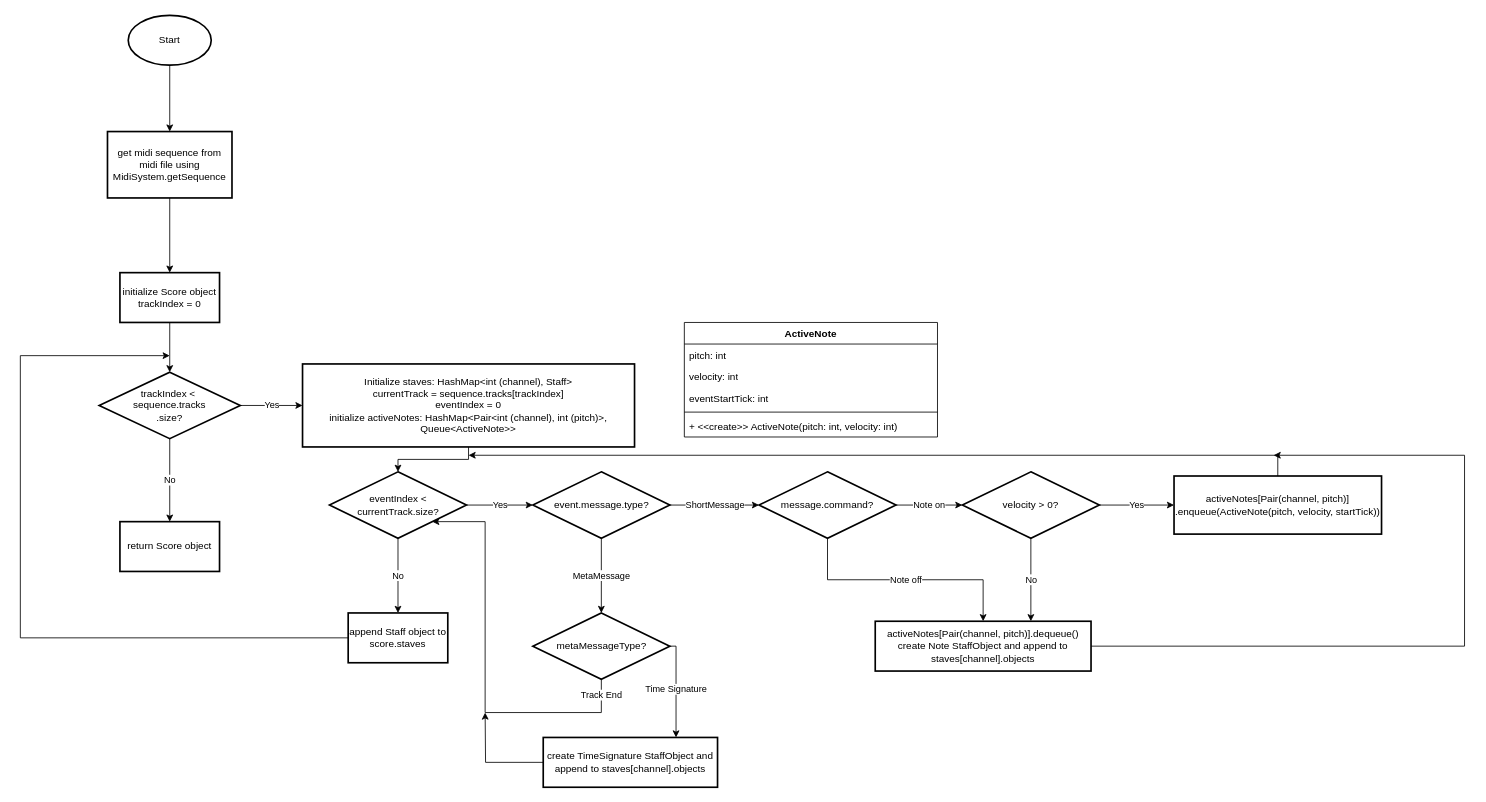
The draw.io diagram docs/flowcharts/4 midi parse algorithm.drawio in Bingergie/midi2musicxml, before the edit. Source tidied: cells renumbered, new cells numbered last; positions are measured from the earlier drawing's top-left corner, leaving out a move shared by most shapes. Both pictures are drawn from the tidied source at 83%, with x=0, y=0 at pixel (20, 15).
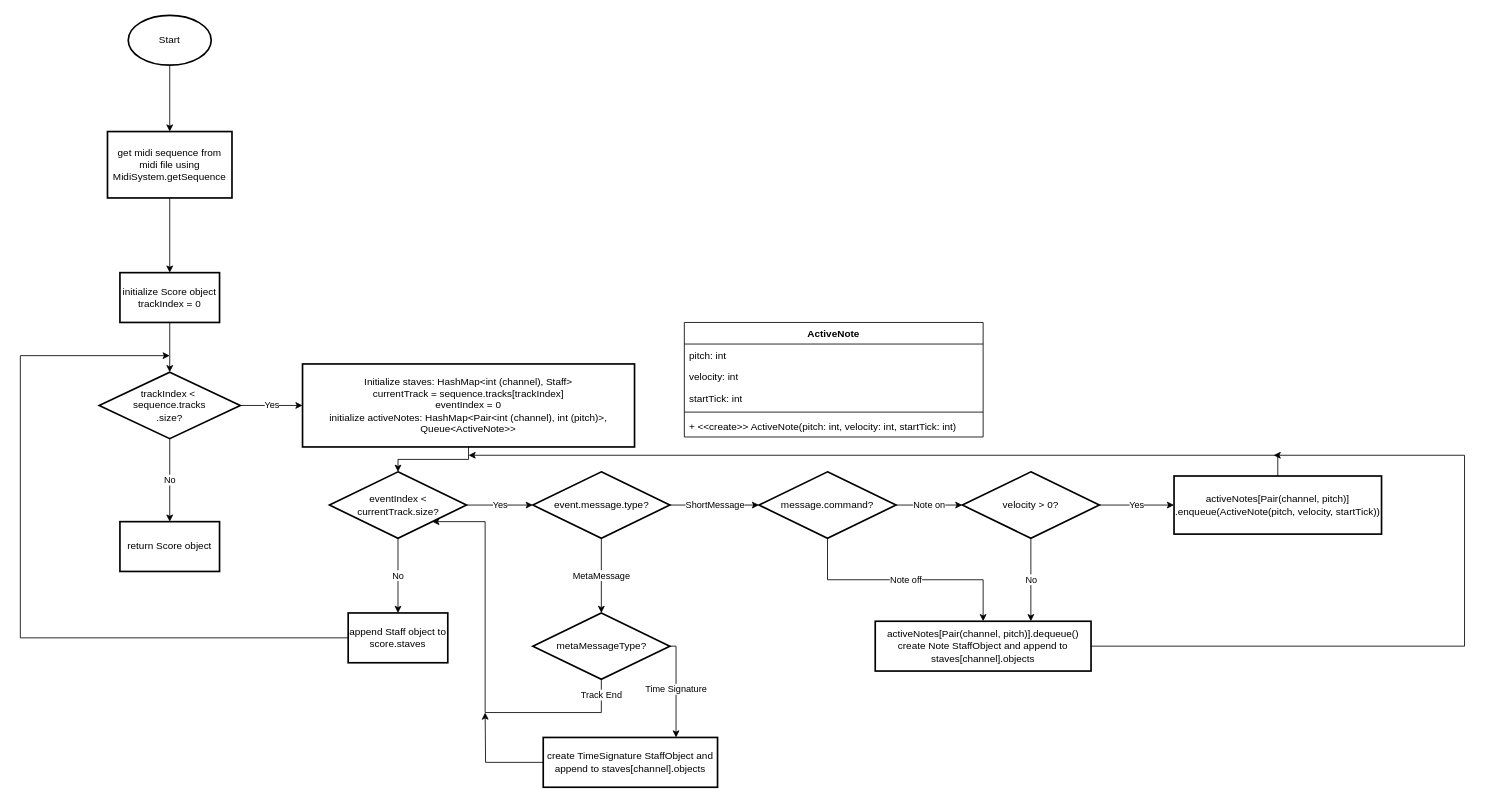
The same page after the edit.

Change to the diagram source:
```diff
@@
     <mxCell id="35" value="ActiveNote" style="swimlane;fontStyle=1;align=center;verticalAlign=top;horizontal=1;startSize=26;whiteSpace=wrap;html=1;" parent="1" vertex="1">
-      <mxGeometry x="800" y="370" width="305" height="138" as="geometry" />
+      <mxGeometry x="800" y="370" width="360" height="138" as="geometry" />
     </mxCell>
     <mxCell id="36" value="pitch: int" style="text;strokeColor=none;fillColor=none;align=left;verticalAlign=top;spacingLeft=4;spacingRight=4;overflow=hidden;whiteSpace=wrap;html=1;" parent="35" vertex="1">
-      <mxGeometry y="26" width="305" height="26" as="geometry" />
+      <mxGeometry y="26" width="360" height="26" as="geometry" />
     </mxCell>
     <mxCell id="37" value="velocity: int" style="text;strokeColor=none;fillColor=none;align=left;verticalAlign=top;spacingLeft=4;spacingRight=4;overflow=hidden;whiteSpace=wrap;html=1;" parent="35" vertex="1">
-      <mxGeometry y="52" width="305" height="26" as="geometry" />
+      <mxGeometry y="52" width="360" height="26" as="geometry" />
     </mxCell>
-    <mxCell id="38" value="eventStartTick: int" style="text;strokeColor=none;fillColor=none;align=left;verticalAlign=top;spacingLeft=4;spacingRight=4;overflow=hidden;whiteSpace=wrap;html=1;" parent="35" vertex="1">
-      <mxGeometry y="78" width="305" height="26" as="geometry" />
+    <mxCell id="38" value="startTick: int" style="text;strokeColor=none;fillColor=none;align=left;verticalAlign=top;spacingLeft=4;spacingRight=4;overflow=hidden;whiteSpace=wrap;html=1;" parent="35" vertex="1">
+      <mxGeometry y="78" width="360" height="26" as="geometry" />
     </mxCell>
     <mxCell id="39" style="line;strokeWidth=1;fillColor=none;align=left;verticalAlign=middle;spacingTop=-1;spacingLeft=3;spacingRight=3;labelPosition=right;strokeColor=inherit;" parent="35" vertex="1">
-      <mxGeometry y="104" width="305" height="8" as="geometry" />
+      <mxGeometry y="104" width="360" height="8" as="geometry" />
     </mxCell>
-    <mxCell id="40" value="+ &amp;lt;&amp;lt;create&amp;gt;&amp;gt; ActiveNote(pitch: int, velocity: int)" style="text;strokeColor=none;fillColor=none;align=left;verticalAlign=top;spacingLeft=4;spacingRight=4;overflow=hidden;whiteSpace=wrap;html=1;" parent="35" vertex="1">
-      <mxGeometry y="112" width="305" height="26" as="geometry" />
+    <mxCell id="40" value="+ &amp;lt;&amp;lt;create&amp;gt;&amp;gt; ActiveNote(pitch: int, velocity: int, startTick: int)" style="text;strokeColor=none;fillColor=none;align=left;verticalAlign=top;spacingLeft=4;spacingRight=4;overflow=hidden;whiteSpace=wrap;html=1;" parent="35" vertex="1">
+      <mxGeometry y="112" width="360" height="26" as="geometry" />
     </mxCell>
```
